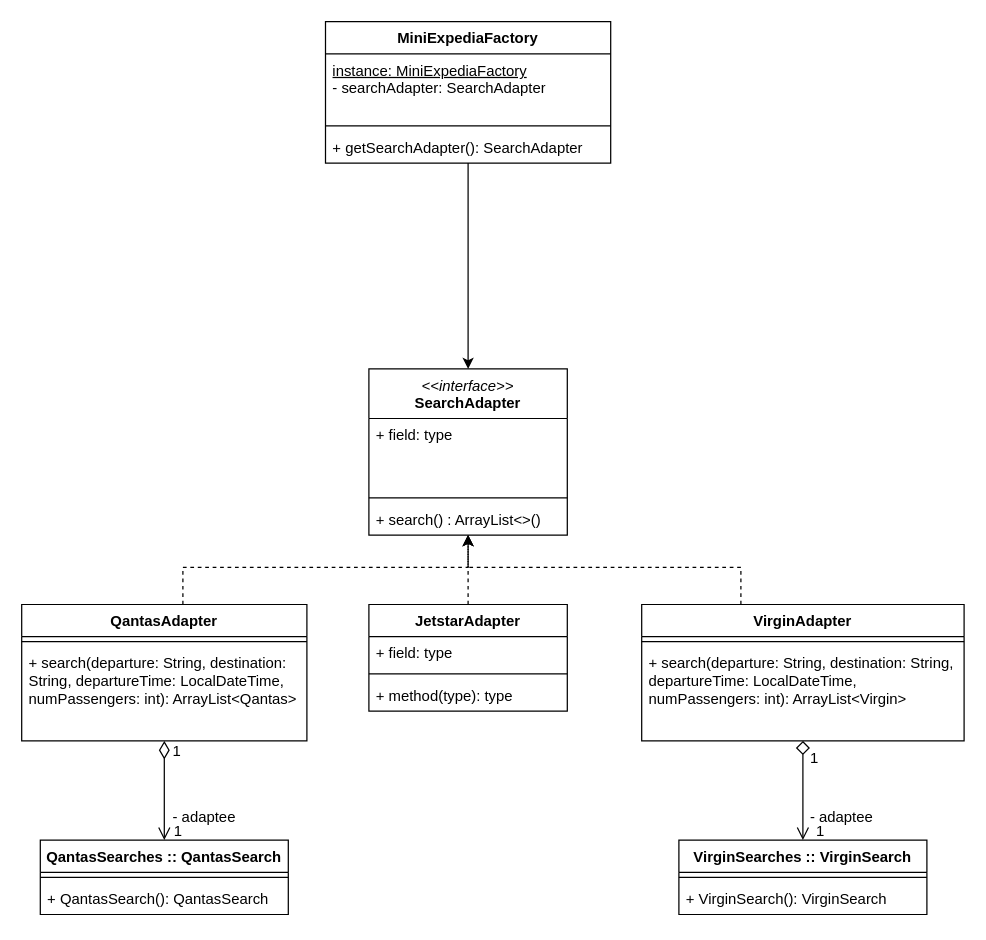
This is page "Page-1" (1 of 2) of workshop8-week9.drawio from antonykimuom/SWEN30006-2025-SM1-workshop1-tuew05-14-00-team-12, a draw.io file, before an edit. Source tidied: cells renumbered, new cells numbered last; positions are measured from the earlier drawing's top-left corner, leaving out a move shared by most shapes. Both pictures are drawn from the tidied source at 124%, with x=0, y=0 at pixel (21, 21).
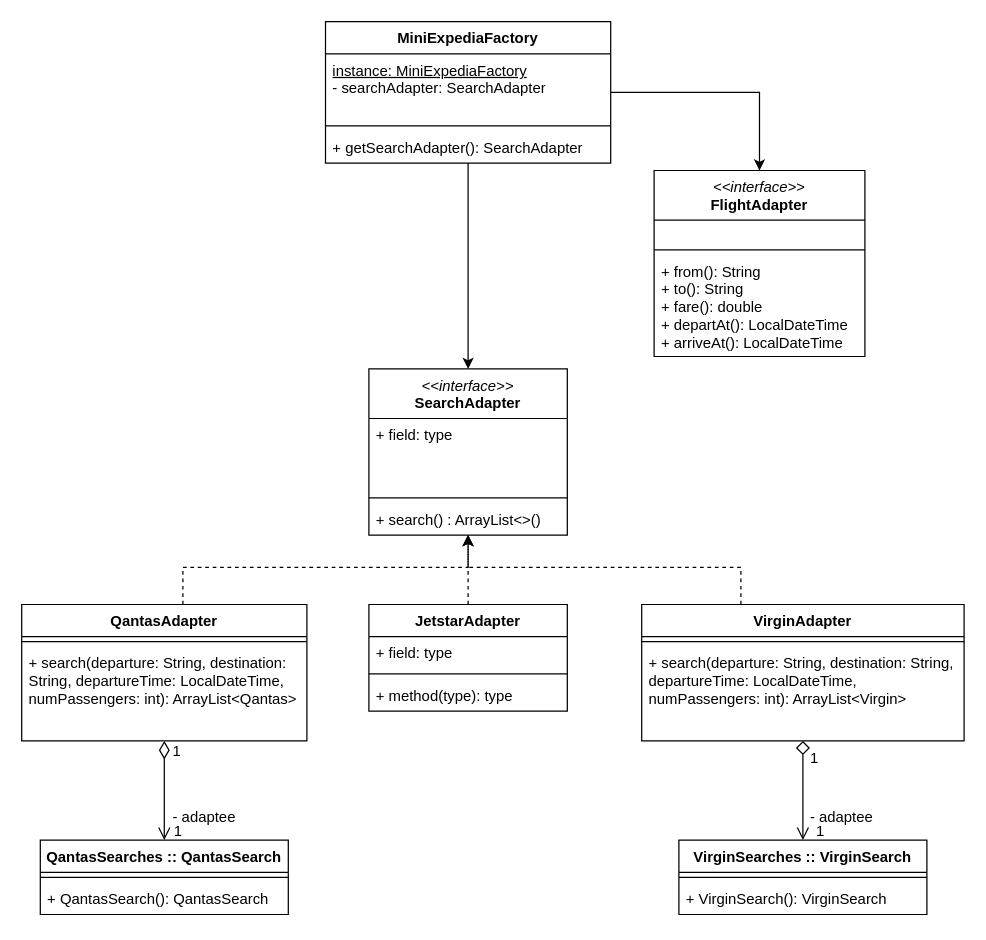
The same page after the edit.

Commit message:
added flight adapter

Unchanged cells that the change refers to:
```xml
<mxCell id="12" value="MiniExpediaFactory" style="swimlane;fontStyle=1;align=center;verticalAlign=top;horizontal=1;startSize=26;whiteSpace=wrap;html=1;" parent="1" vertex="1">
  <mxGeometry x="245" width="230" height="114" as="geometry" />
</mxCell>
```

What changed in the source:
```diff
@@
+    <mxCell id="38" style="edgeStyle=orthogonalEdgeStyle;rounded=0;jettySize=auto;html=1;entryX=0.5;entryY=0;entryDx=0;entryDy=0;" parent="1" edge="1" source="12" target="39">
+      <mxGeometry relative="1" as="geometry" />
+    </mxCell>
@@
+    <mxCell id="39" value="&lt;div&gt;&lt;span style=&quot;font-weight: normal;&quot;&gt;&lt;i&gt;&amp;lt;&amp;lt;interface&amp;gt;&amp;gt;&lt;/i&gt;&lt;/span&gt;&lt;/div&gt;FlightAdapter" style="swimlane;fontStyle=1;align=center;verticalAlign=top;horizontal=1;startSize=40;whiteSpace=wrap;html=1;" parent="1" vertex="1">
+      <mxGeometry x="510" y="120" width="170" height="150" as="geometry" />
+    </mxCell>
+    <mxCell id="40" value="&lt;br&gt;&lt;div&gt;&lt;br&gt;&lt;/div&gt;" style="text;strokeColor=none;fillColor=none;align=left;verticalAlign=top;spacingLeft=4;spacingRight=4;overflow=hidden;whiteSpace=wrap;html=1;" parent="39" vertex="1">
+      <mxGeometry y="40" width="170" height="20" as="geometry" />
+    </mxCell>
+    <mxCell id="41" style="line;strokeWidth=1;fillColor=none;align=left;verticalAlign=middle;spacingTop=-1;spacingLeft=3;spacingRight=3;labelPosition=right;strokeColor=inherit;" parent="39" vertex="1">
+      <mxGeometry y="60" width="170" height="8" as="geometry" />
+    </mxCell>
+    <mxCell id="42" value="+ from(): String&lt;div&gt;+ to(): String&lt;/div&gt;&lt;div&gt;+ fare(): double&lt;/div&gt;&lt;div&gt;+ departAt(): LocalDateTime&lt;/div&gt;&lt;div&gt;+ arriveAt(): LocalDateTime&lt;/div&gt;" style="text;strokeColor=none;fillColor=none;align=left;verticalAlign=top;spacingLeft=4;spacingRight=4;overflow=hidden;whiteSpace=wrap;html=1;" parent="39" vertex="1">
+      <mxGeometry y="68" width="170" height="82" as="geometry" />
+    </mxCell>
```
